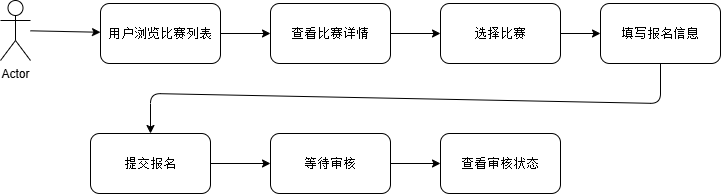
Earlier version of the draw.io export 报名流程（普通用户）.drawio.png (kikikong31/highland-nexus-ui). Source tidied: cells renumbered, new cells last; positions are measured from the earlier drawing's top-left corner, leaving out a move shared by most shapes.
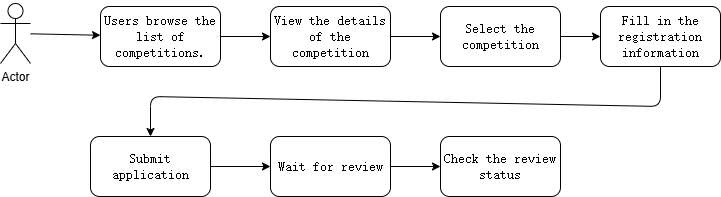
Later version of the same file.

What changed in the source:
```diff
@@ -11,25 +11,25 @@
     <mxCell id="4" style="edgeStyle=none;html=1;" parent="1" edge="1" source="5" target="15">
       <mxGeometry relative="1" as="geometry" />
     </mxCell>
-    <mxCell id="5" value="&lt;p class=&quot;MsoNormal&quot;&gt;&lt;span style=&quot;mso-spacerun:'yes';font-family:宋体;mso-hansi-font-family:'Courier New';&lt;br/&gt;color:rgb(0,0,0);font-size:10.0000pt;mso-font-kerning:1.0000pt;&quot;&gt;&lt;font face=&quot;宋体&quot;&gt;用户浏览比赛列表&lt;/font&gt;&lt;/span&gt;&lt;/p&gt;" style="rounded=1;whiteSpace=wrap;html=1;" parent="1" vertex="1">
+    <mxCell id="5" value="&lt;p class=&quot;MsoNormal&quot;&gt;&lt;font face=&quot;宋体&quot;&gt;&lt;span style=&quot;font-size: 13.3333px;&quot;&gt;Users browse the list of competitions.&lt;/span&gt;&lt;/font&gt;&lt;/p&gt;" style="rounded=1;whiteSpace=wrap;html=1;" parent="1" vertex="1">
       <mxGeometry x="100" y="3" width="120" height="60" as="geometry" />
     </mxCell>
     <mxCell id="6" style="edgeStyle=none;html=1;" parent="1" edge="1" source="7" target="13">
       <mxGeometry relative="1" as="geometry" />
     </mxCell>
-    <mxCell id="7" value="&lt;p class=&quot;MsoNormal&quot;&gt;&lt;span style=&quot;mso-spacerun:'yes';font-family:宋体;mso-hansi-font-family:'Courier New';&lt;br/&gt;color:rgb(0,0,0);font-size:10.0000pt;mso-font-kerning:1.0000pt;&quot;&gt;&lt;font face=&quot;宋体&quot;&gt;选择比赛&lt;/font&gt;&lt;/span&gt;&lt;/p&gt;" style="rounded=1;whiteSpace=wrap;html=1;" parent="1" vertex="1">
+    <mxCell id="7" value="&lt;p class=&quot;MsoNormal&quot;&gt;&lt;font face=&quot;宋体&quot;&gt;&lt;span style=&quot;font-size: 13.3333px;&quot;&gt;Select the competition&lt;/span&gt;&lt;/font&gt;&lt;/p&gt;" style="rounded=1;whiteSpace=wrap;html=1;" parent="1" vertex="1">
       <mxGeometry x="440" y="3" width="120" height="60" as="geometry" />
     </mxCell>
     <mxCell id="8" style="edgeStyle=none;html=1;" parent="1" edge="1" source="9" target="16">
       <mxGeometry relative="1" as="geometry" />
     </mxCell>
-    <mxCell id="9" value="&lt;p class=&quot;MsoNormal&quot;&gt;&lt;span style=&quot;mso-spacerun:'yes';font-family:宋体;mso-hansi-font-family:'Courier New';&lt;br/&gt;color:rgb(0,0,0);font-size:10.0000pt;mso-font-kerning:1.0000pt;&quot;&gt;&lt;font face=&quot;宋体&quot;&gt;等待审核&lt;/font&gt;&lt;/span&gt;&lt;/p&gt;" style="rounded=1;whiteSpace=wrap;html=1;" parent="1" vertex="1">
+    <mxCell id="9" value="&lt;p class=&quot;MsoNormal&quot;&gt;&lt;font face=&quot;宋体&quot;&gt;&lt;span style=&quot;font-size: 13.3333px;&quot;&gt;Wait for review&lt;/span&gt;&lt;/font&gt;&lt;/p&gt;" style="rounded=1;whiteSpace=wrap;html=1;" parent="1" vertex="1">
       <mxGeometry x="270" y="133" width="120" height="60" as="geometry" />
     </mxCell>
     <mxCell id="10" style="edgeStyle=none;html=1;" parent="1" edge="1" source="11" target="9">
       <mxGeometry relative="1" as="geometry" />
     </mxCell>
-    <mxCell id="11" value="&lt;p class=&quot;MsoNormal&quot;&gt;&lt;span style=&quot;mso-spacerun:'yes';font-family:宋体;mso-hansi-font-family:'Courier New';&lt;br/&gt;color:rgb(0,0,0);font-size:10.0000pt;mso-font-kerning:1.0000pt;&quot;&gt;&lt;font face=&quot;宋体&quot;&gt;提交报名&lt;/font&gt;&lt;/span&gt;&lt;/p&gt;" style="rounded=1;whiteSpace=wrap;html=1;" parent="1" vertex="1">
+    <mxCell id="11" value="&lt;p class=&quot;MsoNormal&quot;&gt;&lt;font face=&quot;宋体&quot;&gt;&lt;span style=&quot;font-size: 13.3333px;&quot;&gt;Submit application&lt;/span&gt;&lt;/font&gt;&lt;/p&gt;" style="rounded=1;whiteSpace=wrap;html=1;" parent="1" vertex="1">
       <mxGeometry x="90" y="133" width="120" height="60" as="geometry" />
     </mxCell>
     <mxCell id="12" style="edgeStyle=none;html=1;entryX=0.5;entryY=0;entryDx=0;entryDy=0;" parent="1" edge="1" source="13" target="11">
@@ -40,16 +40,16 @@
         </Array>
       </mxGeometry>
     </mxCell>
-    <mxCell id="13" value="&lt;p class=&quot;MsoNormal&quot;&gt;&lt;span style=&quot;mso-spacerun:'yes';font-family:宋体;mso-hansi-font-family:'Courier New';&lt;br/&gt;color:rgb(0,0,0);font-size:10.0000pt;mso-font-kerning:1.0000pt;&quot;&gt;&lt;font face=&quot;宋体&quot;&gt;填写报名信息&lt;/font&gt;&lt;/span&gt;&lt;/p&gt;" style="rounded=1;whiteSpace=wrap;html=1;" parent="1" vertex="1">
+    <mxCell id="13" value="&lt;p class=&quot;MsoNormal&quot;&gt;&lt;font face=&quot;宋体&quot;&gt;&lt;span style=&quot;font-size: 13.3333px;&quot;&gt;Fill in the registration information&lt;/span&gt;&lt;/font&gt;&lt;/p&gt;" style="rounded=1;whiteSpace=wrap;html=1;" parent="1" vertex="1">
       <mxGeometry x="600" y="3" width="120" height="60" as="geometry" />
     </mxCell>
     <mxCell id="14" style="edgeStyle=none;html=1;" parent="1" edge="1" source="15" target="7">
       <mxGeometry relative="1" as="geometry" />
     </mxCell>
-    <mxCell id="15" value="&lt;p class=&quot;MsoNormal&quot;&gt;&lt;span style=&quot;mso-spacerun:'yes';font-family:宋体;mso-hansi-font-family:'Courier New';&lt;br/&gt;color:rgb(0,0,0);font-size:10.0000pt;mso-font-kerning:1.0000pt;&quot;&gt;&lt;font face=&quot;宋体&quot;&gt;查看比赛详情&lt;/font&gt;&lt;/span&gt;&lt;/p&gt;" style="rounded=1;whiteSpace=wrap;html=1;" parent="1" vertex="1">
+    <mxCell id="15" value="&lt;p class=&quot;MsoNormal&quot;&gt;&lt;font face=&quot;宋体&quot;&gt;&lt;span style=&quot;font-size: 13.3333px;&quot;&gt;View the details of the competition&lt;/span&gt;&lt;/font&gt;&lt;/p&gt;" style="rounded=1;whiteSpace=wrap;html=1;" parent="1" vertex="1">
       <mxGeometry x="270" y="3" width="120" height="60" as="geometry" />
     </mxCell>
-    <mxCell id="16" value="&lt;p class=&quot;MsoNormal&quot;&gt;&lt;span style=&quot;mso-spacerun:'yes';font-family:宋体;mso-hansi-font-family:'Courier New';&lt;br/&gt;color:rgb(0,0,0);font-size:10.0000pt;mso-font-kerning:1.0000pt;&quot;&gt;&lt;font face=&quot;宋体&quot;&gt;查看审核状态&lt;/font&gt;&lt;/span&gt;&lt;span style=&quot;mso-spacerun:'yes';font-family:宋体;mso-hansi-font-family:'Courier New';&lt;br/&gt;color:rgb(0,0,0);font-size:10.0000pt;mso-font-kerning:1.0000pt;&quot;&gt;&lt;br&gt;&lt;/span&gt;&lt;/p&gt;" style="rounded=1;whiteSpace=wrap;html=1;" parent="1" vertex="1">
+    <mxCell id="16" value="&lt;p class=&quot;MsoNormal&quot;&gt;&lt;font face=&quot;宋体&quot;&gt;&lt;span style=&quot;font-size: 13.3333px;&quot;&gt;Check the review status&lt;/span&gt;&lt;/font&gt;&lt;/p&gt;" style="rounded=1;whiteSpace=wrap;html=1;" parent="1" vertex="1">
       <mxGeometry x="440" y="133" width="120" height="60" as="geometry" />
     </mxCell>
   </root>
```
